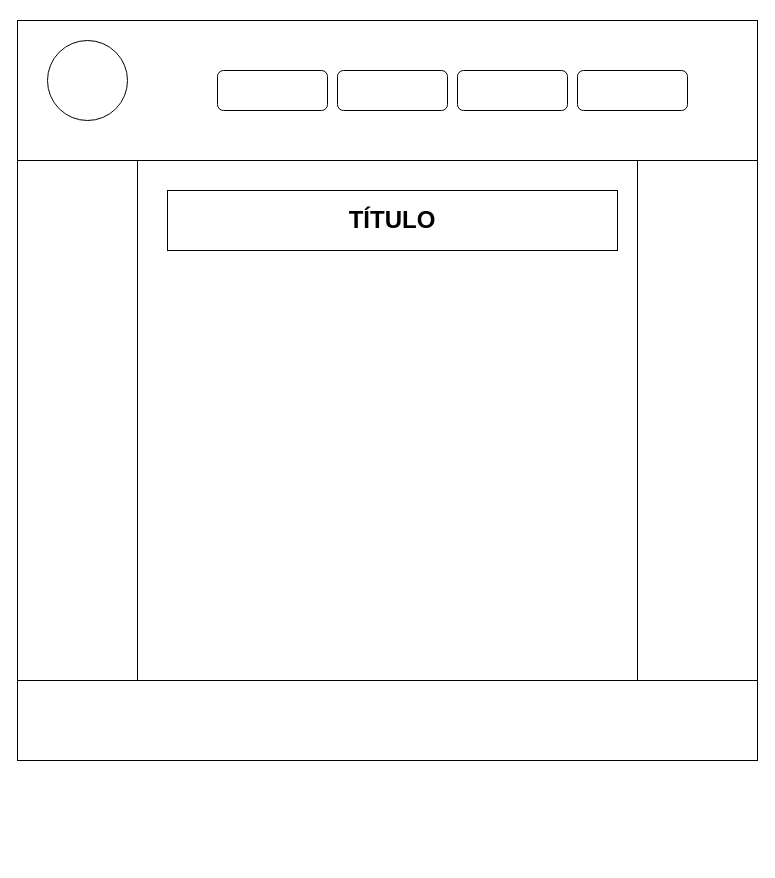
Before: Cabecera/cabecera.drawio in vero2706/Disenno, a draw.io diagram. Source tidied: cells renumbered, new cells numbered last; positions are measured from the earlier drawing's top-left corner, leaving out a move shared by most shapes. Both pictures are drawn from the tidied source at 100%, with x=0, y=0 at pixel (17, 20).
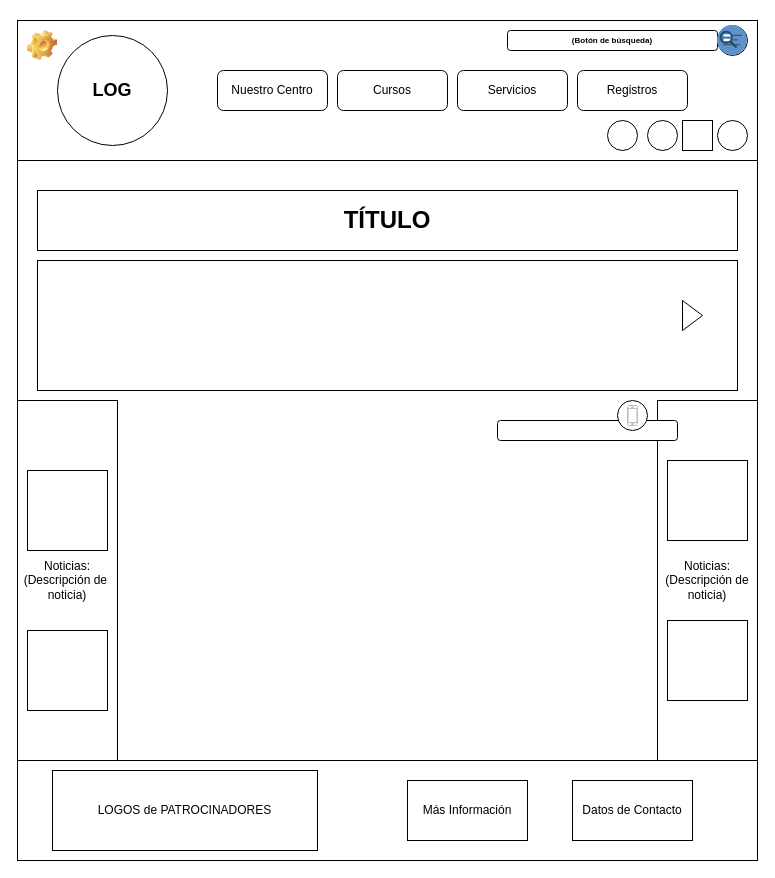
The same diagram, later.

What changed in the source:
```diff
@@
-    <mxCell id="4" style="ellipse;whiteSpace=wrap;html=1;" parent="1" vertex="1">
-      <mxGeometry x="30" y="20" width="80" height="80" as="geometry" />
+    <mxCell id="4" value="&lt;h2&gt;LOG&lt;/h2&gt;" style="ellipse;whiteSpace=wrap;html=1;" parent="1" vertex="1">
+      <mxGeometry x="40" y="15" width="110" height="110" as="geometry" />
     </mxCell>
-    <mxCell id="5" style="rounded=1;whiteSpace=wrap;html=1;" parent="1" vertex="1">
+    <mxCell id="5" value="Servicios" style="rounded=1;whiteSpace=wrap;html=1;" parent="1" vertex="1">
       <mxGeometry x="440" y="50" width="110" height="40" as="geometry" />
     </mxCell>
-    <mxCell id="6" style="rounded=1;whiteSpace=wrap;html=1;" parent="1" vertex="1">
+    <mxCell id="6" value="Cursos" style="rounded=1;whiteSpace=wrap;html=1;" parent="1" vertex="1">
       <mxGeometry x="320" y="50" width="110" height="40" as="geometry" />
     </mxCell>
-    <mxCell id="7" style="rounded=1;whiteSpace=wrap;html=1;" parent="1" vertex="1">
+    <mxCell id="7" value="Nuestro Centro" style="rounded=1;whiteSpace=wrap;html=1;" parent="1" vertex="1">
       <mxGeometry x="200" y="50" width="110" height="40" as="geometry" />
     </mxCell>
-    <mxCell id="8" style="rounded=1;whiteSpace=wrap;html=1;" parent="1" vertex="1">
+    <mxCell id="8" value="Registros" style="rounded=1;whiteSpace=wrap;html=1;" parent="1" vertex="1">
       <mxGeometry x="560" y="50" width="110" height="40" as="geometry" />
     </mxCell>
-    <mxCell id="9" style="rounded=0;whiteSpace=wrap;html=1;" parent="1" vertex="1">
-      <mxGeometry y="140" width="120" height="520" as="geometry" />
+    <mxCell id="9" value="Noticias:&lt;br&gt;(Descripción de&amp;nbsp;&lt;br&gt;noticia)" style="rounded=0;whiteSpace=wrap;html=1;" parent="1" vertex="1">
+      <mxGeometry y="380" width="100" height="360" as="geometry" />
     </mxCell>
-    <mxCell id="10" style="rounded=0;whiteSpace=wrap;html=1;" parent="1" vertex="1">
-      <mxGeometry x="620" y="140" width="120" height="520" as="geometry" />
+    <mxCell id="10" value="Noticias:&lt;br&gt;(Descripción de&lt;br&gt;noticia)" style="rounded=0;whiteSpace=wrap;html=1;" parent="1" vertex="1">
+      <mxGeometry x="640" y="380" width="100" height="360" as="geometry" />
     </mxCell>
     <mxCell id="11" style="rounded=0;whiteSpace=wrap;html=1;" parent="1" vertex="1">
-      <mxGeometry y="660" width="740" height="80" as="geometry" />
+      <mxGeometry y="740" width="740" height="100" as="geometry" />
     </mxCell>
     <mxCell id="12" value="&lt;h1&gt;TÍTULO&lt;/h1&gt;" style="rounded=0;whiteSpace=wrap;html=1;" parent="1" vertex="1">
-      <mxGeometry x="150" y="170" width="450" height="60" as="geometry" />
+      <mxGeometry x="20" y="170" width="700" height="60" as="geometry" />
     </mxCell>
+    <mxCell id="13" style="ellipse;whiteSpace=wrap;html=1;" parent="1" vertex="1">
+      <mxGeometry x="630" y="100" width="30" height="30" as="geometry" />
+    </mxCell>
+    <mxCell id="14" style="ellipse;whiteSpace=wrap;html=1;" parent="1" vertex="1">
+      <mxGeometry x="590" y="100" width="30" height="30" as="geometry" />
+    </mxCell>
+    <mxCell id="15" style="whiteSpace=wrap;html=1;" parent="1" vertex="1">
+      <mxGeometry x="665" y="100" width="30" height="30" as="geometry" />
+    </mxCell>
+    <mxCell id="16" style="ellipse;whiteSpace=wrap;html=1;" parent="1" vertex="1">
+      <mxGeometry x="700" y="100" width="30" height="30" as="geometry" />
+    </mxCell>
+    <mxCell id="17" style="rounded=1;whiteSpace=wrap;html=1;" parent="1" vertex="1">
+      <mxGeometry x="480" y="400" width="180" height="20" as="geometry" />
+    </mxCell>
+    <mxCell id="18" style="ellipse;whiteSpace=wrap;html=1;" parent="1" vertex="1">
+      <mxGeometry x="600" y="380" width="30" height="30" as="geometry" />
+    </mxCell>
+    <mxCell id="19" value="&lt;h6&gt;(Botón de búsqueda)&lt;/h6&gt;" style="rounded=1;whiteSpace=wrap;html=1;" parent="1" vertex="1">
+      <mxGeometry x="490" y="10" width="210" height="20" as="geometry" />
+    </mxCell>
+    <mxCell id="20" style="ellipse;whiteSpace=wrap;html=1;" parent="1" vertex="1">
+      <mxGeometry x="700" y="5" width="30" height="30" as="geometry" />
+    </mxCell>
+    <mxCell id="21" style="shape=image;html=1;verticalLabelPosition=bottom;verticalAlign=top;imageAspect=0;image=img/clipart/Gear_128x128.png;" parent="1" vertex="1">
+      <mxGeometry x="10" y="10" width="30" height="30" as="geometry" />
+    </mxCell>
+    <mxCell id="22" style="html=1;whiteSpace=wrap;" parent="1" vertex="1">
+      <mxGeometry x="20" y="240" width="700" height="130" as="geometry" />
+    </mxCell>
+    <mxCell id="23" style="triangle;html=1;whiteSpace=wrap;" parent="22" vertex="1">
+      <mxGeometry x="645" y="40" width="20" height="30" as="geometry" />
+    </mxCell>
+    <mxCell id="24" style="perimeter=ellipsePerimeter;html=1;align=center;shadow=0;dashed=0;fontColor=#4277BB;labelBackgroundColor=#ffffff;fontSize=12;spacingTop=3;image;image=img/lib/ibm/miscellaneous/retrieve_rank.svg;" parent="1" vertex="1">
+      <mxGeometry x="700" y="5" width="30" height="30" as="geometry" />
+    </mxCell>
+    <mxCell id="25" style="html=1;verticalLabelPosition=bottom;labelBackgroundColor=#ffffff;verticalAlign=top;shadow=0;dashed=0;strokeWidth=1;shape=mxgraph.ios7.misc.iphone;strokeColor=#c0c0c0;" parent="1" vertex="1">
+      <mxGeometry x="610" y="385" width="10" height="20" as="geometry" />
+    </mxCell>
+    <mxCell id="26" style="whiteSpace=wrap;html=1;" parent="1" vertex="1">
+      <mxGeometry x="10" y="450" width="80" height="80" as="geometry" />
+    </mxCell>
+    <mxCell id="27" style="whiteSpace=wrap;html=1;" parent="1" vertex="1">
+      <mxGeometry x="10" y="610" width="80" height="80" as="geometry" />
+    </mxCell>
+    <mxCell id="28" style="whiteSpace=wrap;html=1;" parent="1" vertex="1">
+      <mxGeometry x="650" y="440" width="80" height="80" as="geometry" />
+    </mxCell>
+    <mxCell id="29" style="whiteSpace=wrap;html=1;" parent="1" vertex="1">
+      <mxGeometry x="650" y="600" width="80" height="80" as="geometry" />
+    </mxCell>
+    <mxCell id="30" value="Más Información" style="rounded=0;whiteSpace=wrap;html=1;" parent="1" vertex="1">
+      <mxGeometry x="390" y="760" width="120" height="60" as="geometry" />
+    </mxCell>
+    <mxCell id="31" value="Datos de Contacto" style="rounded=0;whiteSpace=wrap;html=1;" parent="1" vertex="1">
+      <mxGeometry x="555" y="760" width="120" height="60" as="geometry" />
+    </mxCell>
+    <mxCell id="32" value="LOGOS de PATROCINADORES" style="rounded=0;whiteSpace=wrap;html=1;" parent="1" vertex="1">
+      <mxGeometry x="35" y="750" width="265" height="80" as="geometry" />
+    </mxCell>
```
